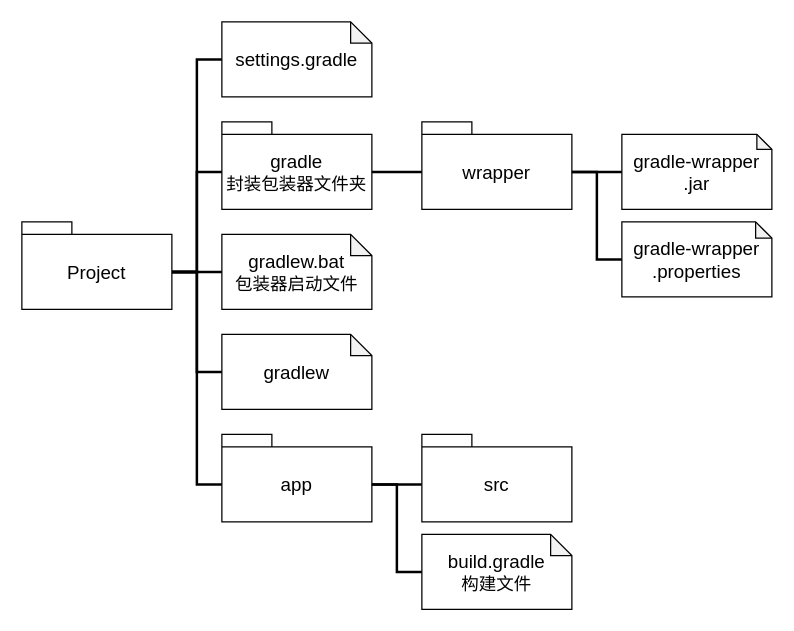
This is page "project-model" (2 of 5) of draw_workspace/Gradle.drawio from creatern/NoteBook, a draw.io file, before an edit. Source tidied: cells renumbered, new cells numbered last; positions are measured from the earlier drawing's top-left corner, leaving out a move shared by most shapes. Both pictures are drawn from the tidied source at 125%, with x=0, y=0 at pixel (21, 21).
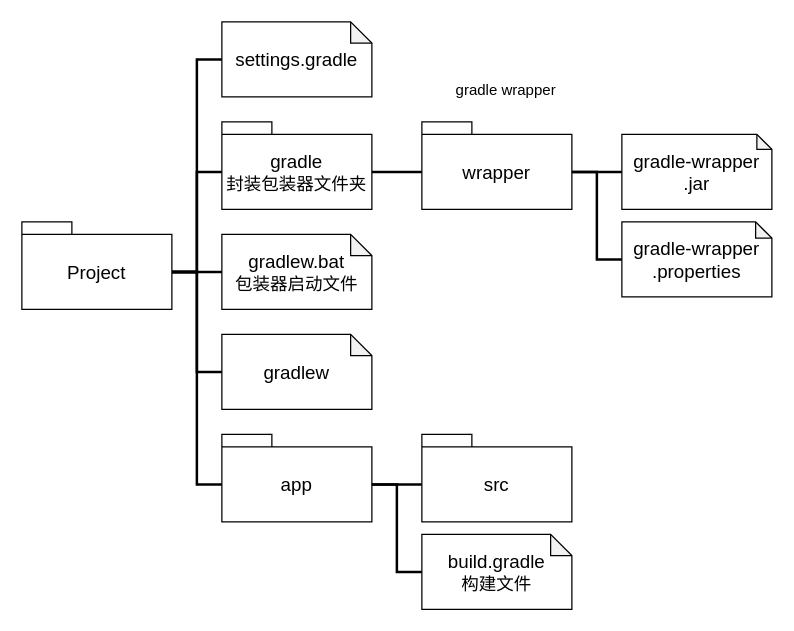
After the change.

The edit, as a diff of the source:
```diff
@@
+    <mxCell id="23" value="gradle wrapper" style="text;html=1;strokeColor=none;fillColor=none;align=center;verticalAlign=middle;whiteSpace=wrap;rounded=0;" parent="1" vertex="1">
+      <mxGeometry x="335" y="40" width="105" height="30" as="geometry" />
+    </mxCell>
```
